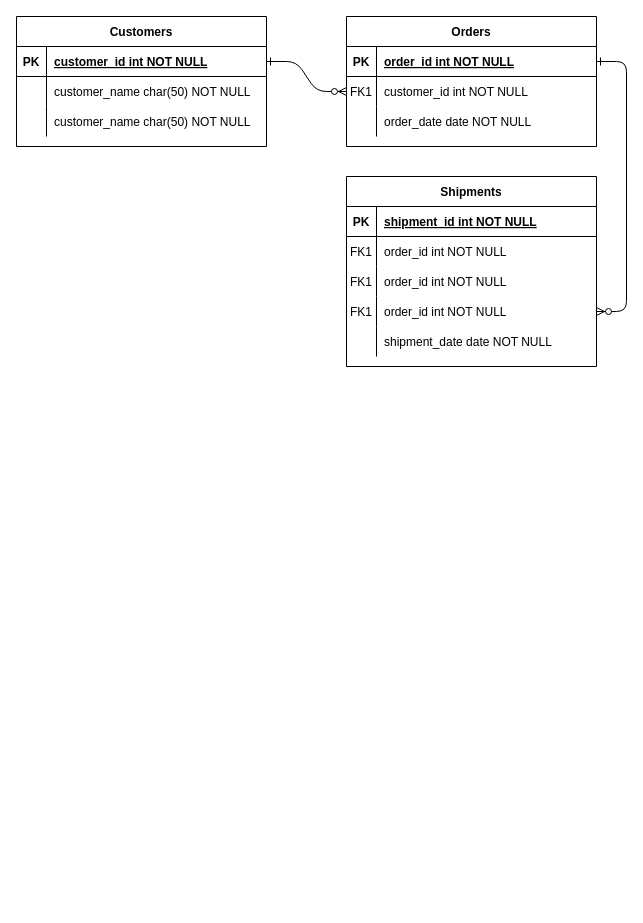
Thivya1498/SCADA-ENERGY-METER-SYSTEM keeps this draw.io diagram as ERD.drawio. Above is the earlier version. Source tidied: cells renumbered, new cells numbered last; positions are measured from the earlier drawing's top-left corner, leaving out a move shared by most shapes. Both pictures are drawn from the tidied source at 100%, with x=0, y=0 at pixel (16, 16).
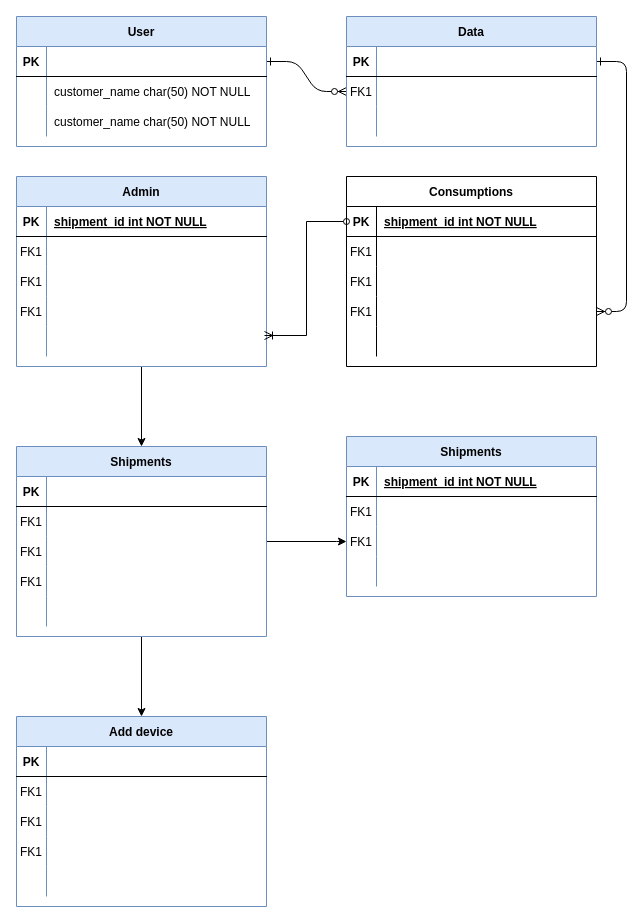
After the change.

The change refers to these unchanged cells:
```xml
<mxCell id="5" style="shape=partialRectangle;fillColor=none;points=[[0,0.5],[1,0.5]];portConstraint=eastwest;top=0;left=0;right=0;bottom=1;" parent="4" vertex="1">
  <mxGeometry y="30" width="250" height="30" as="geometry" />
</mxCell>
<mxCell id="8" style="shape=partialRectangle;fillColor=none;points=[[0,0.5],[1,0.5]];portConstraint=eastwest;top=0;left=0;right=0;bottom=0;" parent="4" vertex="1">
  <mxGeometry y="60" width="250" height="30" as="geometry" />
</mxCell>
<mxCell id="11" style="shape=partialRectangle;fillColor=none;top=0;left=0;right=0;bottom=0;" parent="4" vertex="1">
  <mxGeometry y="90" width="250" height="30" as="geometry" />
</mxCell>
<mxCell id="15" style="shape=partialRectangle;fillColor=none;points=[[0,0.5],[1,0.5]];portConstraint=eastwest;top=0;left=0;right=0;bottom=1;" parent="14" vertex="1">
  <mxGeometry y="30" width="250" height="30" as="geometry" />
</mxCell>
<mxCell id="18" style="shape=partialRectangle;fillColor=none;top=0;left=0;right=0;bottom=0;" parent="14" vertex="1">
  <mxGeometry y="60" width="250" height="30" as="geometry" />
</mxCell>
<mxCell id="21" style="shape=partialRectangle;fillColor=none;top=0;left=0;right=0;bottom=0;" parent="14" vertex="1">
  <mxGeometry y="90" width="250" height="30" as="geometry" />
</mxCell>
<mxCell id="24" style="shape=partialRectangle;fillColor=none;points=[[0,0.5],[1,0.5]];portConstraint=eastwest;top=0;left=0;right=0;bottom=0;" parent="14" vertex="1">
  <mxGeometry y="120" width="250" height="30" as="geometry" />
</mxCell>
<mxCell id="27" style="shape=partialRectangle;fillColor=none;top=0;left=0;right=0;bottom=0;" parent="14" vertex="1">
  <mxGeometry y="150" width="250" height="30" as="geometry" />
</mxCell>
<mxCell id="31" style="shape=partialRectangle;fillColor=none;points=[[0,0.5],[1,0.5]];portConstraint=eastwest;top=0;left=0;right=0;bottom=1;" parent="30" vertex="1">
  <mxGeometry y="30" width="250" height="30" as="geometry" />
</mxCell>
```

What changed in the source:
```diff
@@
-    <mxCell id="4" value="Orders" style="shape=table;startSize=30;childLayout=tableLayout;rowLines=0;fontStyle=1;align=center;" parent="1" vertex="1">
+    <mxCell id="4" value="Data" style="shape=table;startSize=30;childLayout=tableLayout;rowLines=0;fontStyle=1;align=center;fillColor=#dae8fc;strokeColor=#6c8ebf;" parent="1" vertex="1">
       <mxGeometry x="330" width="250" height="130" as="geometry" />
     </mxCell>
@@
-    <mxCell id="7" value="order_id int NOT NULL " style="shape=partialRectangle;overflow=hidden;fillColor=none;top=0;left=0;bottom=0;right=0;align=left;spacingLeft=6;fontStyle=5;" parent="5" vertex="1">
+    <mxCell id="7" style="shape=partialRectangle;overflow=hidden;fillColor=none;top=0;left=0;bottom=0;right=0;align=left;spacingLeft=6;fontStyle=5;" parent="5" vertex="1">
       <mxGeometry x="30" width="220" height="30" as="geometry" />
     </mxCell>
@@
-    <mxCell id="10" value="customer_id int NOT NULL" style="shape=partialRectangle;overflow=hidden;fillColor=none;top=0;left=0;bottom=0;right=0;align=left;spacingLeft=6;" parent="8" vertex="1">
+    <mxCell id="10" style="shape=partialRectangle;overflow=hidden;fillColor=none;top=0;left=0;bottom=0;right=0;align=left;spacingLeft=6;" parent="8" vertex="1">
       <mxGeometry x="30" width="220" height="30" as="geometry" />
     </mxCell>
@@
-    <mxCell id="13" value="order_date date NOT NULL" style="shape=partialRectangle;overflow=hidden;fillColor=none;top=0;left=0;bottom=0;right=0;align=left;spacingLeft=6;" parent="11" vertex="1">
+    <mxCell id="13" style="shape=partialRectangle;overflow=hidden;fillColor=none;top=0;left=0;bottom=0;right=0;align=left;spacingLeft=6;" parent="11" vertex="1">
       <mxGeometry x="30" width="220" height="30" as="geometry" />
     </mxCell>
-    <mxCell id="14" value="Shipments" style="shape=table;startSize=30;childLayout=tableLayout;rowLines=0;fontStyle=1;align=center;" parent="1" vertex="1">
+    <mxCell id="14" value="Consumptions" style="shape=table;startSize=30;childLayout=tableLayout;rowLines=0;fontStyle=1;align=center;fillColor=default;strokeColor=default;gradientColor=none;swimlaneFillColor=none;" parent="1" vertex="1">
       <mxGeometry x="330" y="160" width="250" height="190" as="geometry" />
     </mxCell>
@@
-    <mxCell id="20" value="order_id int NOT NULL" style="shape=partialRectangle;overflow=hidden;fillColor=none;top=0;left=0;bottom=0;right=0;align=left;spacingLeft=6;" parent="18" vertex="1">
+    <mxCell id="20" style="shape=partialRectangle;overflow=hidden;fillColor=none;top=0;left=0;bottom=0;right=0;align=left;spacingLeft=6;" parent="18" vertex="1">
       <mxGeometry x="30" width="220" height="30" as="geometry" />
     </mxCell>
@@
-    <mxCell id="23" value="order_id int NOT NULL" style="shape=partialRectangle;overflow=hidden;fillColor=none;top=0;left=0;bottom=0;right=0;align=left;spacingLeft=6;" parent="21" vertex="1">
+    <mxCell id="23" style="shape=partialRectangle;overflow=hidden;fillColor=none;top=0;left=0;bottom=0;right=0;align=left;spacingLeft=6;" parent="21" vertex="1">
       <mxGeometry x="30" width="220" height="30" as="geometry" />
     </mxCell>
@@
-    <mxCell id="26" value="order_id int NOT NULL" style="shape=partialRectangle;overflow=hidden;fillColor=none;top=0;left=0;bottom=0;right=0;align=left;spacingLeft=6;" parent="24" vertex="1">
+    <mxCell id="26" style="shape=partialRectangle;overflow=hidden;fillColor=none;top=0;left=0;bottom=0;right=0;align=left;spacingLeft=6;" parent="24" vertex="1">
       <mxGeometry x="30" width="220" height="30" as="geometry" />
     </mxCell>
@@
-    <mxCell id="29" value="shipment_date date NOT NULL" style="shape=partialRectangle;overflow=hidden;fillColor=none;top=0;left=0;bottom=0;right=0;align=left;spacingLeft=6;" parent="27" vertex="1">
+    <mxCell id="29" style="shape=partialRectangle;overflow=hidden;fillColor=none;top=0;left=0;bottom=0;right=0;align=left;spacingLeft=6;" parent="27" vertex="1">
       <mxGeometry x="30" width="220" height="30" as="geometry" />
     </mxCell>
-    <mxCell id="30" value="Customers" style="shape=table;startSize=30;childLayout=tableLayout;rowLines=0;fontStyle=1;align=center;" parent="1" vertex="1">
+    <mxCell id="30" value="User" style="shape=table;startSize=30;childLayout=tableLayout;rowLines=0;fontStyle=1;align=center;fillColor=#dae8fc;strokeColor=#6c8ebf;" parent="1" vertex="1">
       <mxGeometry width="250" height="130" as="geometry" />
     </mxCell>
@@
-    <mxCell id="33" value="customer_id int NOT NULL " style="shape=partialRectangle;overflow=hidden;fillColor=none;top=0;left=0;bottom=0;right=0;align=left;spacingLeft=6;fontStyle=5;" parent="31" vertex="1">
+    <mxCell id="33" style="shape=partialRectangle;overflow=hidden;fillColor=none;top=0;left=0;bottom=0;right=0;align=left;spacingLeft=6;fontStyle=5;" parent="31" vertex="1">
       <mxGeometry x="30" width="220" height="30" as="geometry" />
     </mxCell>
@@
+    <mxCell id="40" style="edgeStyle=orthogonalEdgeStyle;rounded=0;jettySize=auto;html=1;" parent="1" edge="1" source="41" target="59">
+      <mxGeometry relative="1" as="geometry" />
+    </mxCell>
+    <mxCell id="41" value="Admin" style="shape=table;startSize=30;childLayout=tableLayout;rowLines=0;fontStyle=1;align=center;fillColor=#dae8fc;strokeColor=#6c8ebf;" parent="1" vertex="1">
+      <mxGeometry y="160" width="250" height="190" as="geometry" />
+    </mxCell>
+    <mxCell id="42" style="shape=partialRectangle;fillColor=none;top=0;left=0;right=0;bottom=1;" parent="41" vertex="1">
+      <mxGeometry y="30" width="250" height="30" as="geometry" />
+    </mxCell>
+    <mxCell id="43" value="PK" style="shape=partialRectangle;overflow=hidden;fillColor=none;top=0;left=0;bottom=0;right=0;fontStyle=1;" parent="42" vertex="1">
+      <mxGeometry width="30" height="30" as="geometry" />
+    </mxCell>
+    <mxCell id="44" value="shipment_id int NOT NULL " style="shape=partialRectangle;overflow=hidden;fillColor=none;top=0;left=0;bottom=0;right=0;align=left;spacingLeft=6;fontStyle=5;" parent="42" vertex="1">
+      <mxGeometry x="30" width="220" height="30" as="geometry" />
+    </mxCell>
+    <mxCell id="45" style="shape=partialRectangle;fillColor=none;top=0;left=0;right=0;bottom=0;" parent="41" vertex="1">
+      <mxGeometry y="60" width="250" height="30" as="geometry" />
+    </mxCell>
+    <mxCell id="46" value="FK1" style="shape=partialRectangle;overflow=hidden;fillColor=none;top=0;left=0;bottom=0;right=0;" parent="45" vertex="1">
+      <mxGeometry width="30" height="30" as="geometry" />
+    </mxCell>
+    <mxCell id="47" style="shape=partialRectangle;overflow=hidden;fillColor=none;top=0;left=0;bottom=0;right=0;align=left;spacingLeft=6;" parent="45" vertex="1">
+      <mxGeometry x="30" width="220" height="30" as="geometry" />
+    </mxCell>
+    <mxCell id="48" style="shape=partialRectangle;fillColor=none;top=0;left=0;right=0;bottom=0;" parent="41" vertex="1">
+      <mxGeometry y="90" width="250" height="30" as="geometry" />
+    </mxCell>
+    <mxCell id="49" value="FK1" style="shape=partialRectangle;overflow=hidden;fillColor=none;top=0;left=0;bottom=0;right=0;" parent="48" vertex="1">
+      <mxGeometry width="30" height="30" as="geometry" />
+    </mxCell>
+    <mxCell id="50" style="shape=partialRectangle;overflow=hidden;fillColor=none;top=0;left=0;bottom=0;right=0;align=left;spacingLeft=6;" parent="48" vertex="1">
+      <mxGeometry x="30" width="220" height="30" as="geometry" />
+    </mxCell>
+    <mxCell id="51" style="shape=partialRectangle;fillColor=none;top=0;left=0;right=0;bottom=0;" parent="41" vertex="1">
+      <mxGeometry y="120" width="250" height="30" as="geometry" />
+    </mxCell>
+    <mxCell id="52" value="FK1" style="shape=partialRectangle;overflow=hidden;fillColor=none;top=0;left=0;bottom=0;right=0;" parent="51" vertex="1">
+      <mxGeometry width="30" height="30" as="geometry" />
+    </mxCell>
+    <mxCell id="53" style="shape=partialRectangle;overflow=hidden;fillColor=none;top=0;left=0;bottom=0;right=0;align=left;spacingLeft=6;" parent="51" vertex="1">
+      <mxGeometry x="30" width="220" height="30" as="geometry" />
+    </mxCell>
+    <mxCell id="54" style="shape=partialRectangle;fillColor=none;points=[[0,0.5],[1,0.5]];portConstraint=eastwest;top=0;left=0;right=0;bottom=0;" parent="41" vertex="1">
+      <mxGeometry y="150" width="250" height="30" as="geometry" />
+    </mxCell>
+    <mxCell id="55" style="shape=partialRectangle;overflow=hidden;fillColor=none;top=0;left=0;bottom=0;right=0;" parent="54" vertex="1">
+      <mxGeometry width="30" height="30" as="geometry" />
+    </mxCell>
+    <mxCell id="56" style="shape=partialRectangle;overflow=hidden;fillColor=none;top=0;left=0;bottom=0;right=0;align=left;spacingLeft=6;" parent="54" vertex="1">
+      <mxGeometry x="30" width="220" height="30" as="geometry" />
+    </mxCell>
+    <mxCell id="57" style="edgeStyle=orthogonalEdgeStyle;rounded=0;jettySize=auto;html=1;" parent="1" edge="1" source="59" target="75">
+      <mxGeometry relative="1" as="geometry">
+        <Array as="points">
+          <mxPoint x="320" y="525" />
+          <mxPoint x="320" y="525" />
+        </Array>
+      </mxGeometry>
+    </mxCell>
+    <mxCell id="58" style="edgeStyle=orthogonalEdgeStyle;rounded=0;jettySize=auto;html=1;" parent="1" edge="1" source="59" target="89">
+      <mxGeometry relative="1" as="geometry" />
+    </mxCell>
+    <mxCell id="59" value="Shipments" style="shape=table;startSize=30;childLayout=tableLayout;rowLines=0;fontStyle=1;align=center;fillColor=#dae8fc;strokeColor=#6c8ebf;" parent="1" vertex="1">
+      <mxGeometry y="430" width="250" height="190" as="geometry" />
+    </mxCell>
+    <mxCell id="60" style="shape=partialRectangle;fillColor=none;top=0;left=0;right=0;bottom=1;" parent="59" vertex="1">
+      <mxGeometry y="30" width="250" height="30" as="geometry" />
+    </mxCell>
+    <mxCell id="61" value="PK" style="shape=partialRectangle;overflow=hidden;fillColor=none;top=0;left=0;bottom=0;right=0;fontStyle=1;" parent="60" vertex="1">
+      <mxGeometry width="30" height="30" as="geometry" />
+    </mxCell>
+    <mxCell id="62" style="shape=partialRectangle;overflow=hidden;fillColor=none;top=0;left=0;bottom=0;right=0;align=left;spacingLeft=6;fontStyle=5;" parent="60" vertex="1">
+      <mxGeometry x="30" width="220" height="30" as="geometry" />
+    </mxCell>
+    <mxCell id="63" style="shape=partialRectangle;fillColor=none;top=0;left=0;right=0;bottom=0;" parent="59" vertex="1">
+      <mxGeometry y="60" width="250" height="30" as="geometry" />
+    </mxCell>
+    <mxCell id="64" value="FK1" style="shape=partialRectangle;overflow=hidden;fillColor=none;top=0;left=0;bottom=0;right=0;" parent="63" vertex="1">
+      <mxGeometry width="30" height="30" as="geometry" />
+    </mxCell>
+    <mxCell id="65" style="shape=partialRectangle;overflow=hidden;fillColor=none;top=0;left=0;bottom=0;right=0;align=left;spacingLeft=6;" parent="63" vertex="1">
+      <mxGeometry x="30" width="220" height="30" as="geometry" />
+    </mxCell>
+    <mxCell id="66" style="shape=partialRectangle;fillColor=none;top=0;left=0;right=0;bottom=0;" parent="59" vertex="1">
+      <mxGeometry y="90" width="250" height="30" as="geometry" />
+    </mxCell>
+    <mxCell id="67" value="FK1" style="shape=partialRectangle;overflow=hidden;fillColor=none;top=0;left=0;bottom=0;right=0;" parent="66" vertex="1">
+      <mxGeometry width="30" height="30" as="geometry" />
+    </mxCell>
+    <mxCell id="68" style="shape=partialRectangle;overflow=hidden;fillColor=none;top=0;left=0;bottom=0;right=0;align=left;spacingLeft=6;" parent="66" vertex="1">
+      <mxGeometry x="30" width="220" height="30" as="geometry" />
+    </mxCell>
+    <mxCell id="69" style="shape=partialRectangle;fillColor=none;top=0;left=0;right=0;bottom=0;" parent="59" vertex="1">
+      <mxGeometry y="120" width="250" height="30" as="geometry" />
+    </mxCell>
+    <mxCell id="70" value="FK1" style="shape=partialRectangle;overflow=hidden;fillColor=none;top=0;left=0;bottom=0;right=0;" parent="69" vertex="1">
+      <mxGeometry width="30" height="30" as="geometry" />
+    </mxCell>
+    <mxCell id="71" style="shape=partialRectangle;overflow=hidden;fillColor=none;top=0;left=0;bottom=0;right=0;align=left;spacingLeft=6;" parent="69" vertex="1">
+      <mxGeometry x="30" width="220" height="30" as="geometry" />
+    </mxCell>
+    <mxCell id="72" style="shape=partialRectangle;fillColor=none;top=0;left=0;right=0;bottom=0;" parent="59" vertex="1">
+      <mxGeometry y="150" width="250" height="30" as="geometry" />
+    </mxCell>
+    <mxCell id="73" style="shape=partialRectangle;overflow=hidden;fillColor=none;top=0;left=0;bottom=0;right=0;" parent="72" vertex="1">
+      <mxGeometry width="30" height="30" as="geometry" />
+    </mxCell>
+    <mxCell id="74" style="shape=partialRectangle;overflow=hidden;fillColor=none;top=0;left=0;bottom=0;right=0;align=left;spacingLeft=6;" parent="72" vertex="1">
+      <mxGeometry x="30" width="220" height="30" as="geometry" />
+    </mxCell>
+    <mxCell id="75" value="Shipments" style="shape=table;startSize=30;childLayout=tableLayout;rowLines=0;fontStyle=1;align=center;fillColor=#dae8fc;strokeColor=#6c8ebf;" parent="1" vertex="1">
+      <mxGeometry x="330" y="420" width="250" height="160" as="geometry" />
+    </mxCell>
+    <mxCell id="76" style="shape=partialRectangle;fillColor=none;top=0;left=0;right=0;bottom=1;" parent="75" vertex="1">
+      <mxGeometry y="30" width="250" height="30" as="geometry" />
+    </mxCell>
+    <mxCell id="77" value="PK" style="shape=partialRectangle;overflow=hidden;fillColor=none;top=0;left=0;bottom=0;right=0;fontStyle=1;" parent="76" vertex="1">
+      <mxGeometry width="30" height="30" as="geometry" />
+    </mxCell>
+    <mxCell id="78" value="shipment_id int NOT NULL " style="shape=partialRectangle;overflow=hidden;fillColor=none;top=0;left=0;bottom=0;right=0;align=left;spacingLeft=6;fontStyle=5;" parent="76" vertex="1">
+      <mxGeometry x="30" width="220" height="30" as="geometry" />
+    </mxCell>
+    <mxCell id="79" style="shape=partialRectangle;fillColor=none;top=0;left=0;right=0;bottom=0;" parent="75" vertex="1">
+      <mxGeometry y="60" width="250" height="30" as="geometry" />
+    </mxCell>
+    <mxCell id="80" value="FK1" style="shape=partialRectangle;overflow=hidden;fillColor=none;top=0;left=0;bottom=0;right=0;" parent="79" vertex="1">
+      <mxGeometry width="30" height="30" as="geometry" />
+    </mxCell>
+    <mxCell id="81" style="shape=partialRectangle;overflow=hidden;fillColor=none;top=0;left=0;bottom=0;right=0;align=left;spacingLeft=6;" parent="79" vertex="1">
+      <mxGeometry x="30" width="220" height="30" as="geometry" />
+    </mxCell>
+    <mxCell id="82" style="shape=partialRectangle;fillColor=none;top=0;left=0;right=0;bottom=0;" parent="75" vertex="1">
+      <mxGeometry y="90" width="250" height="30" as="geometry" />
+    </mxCell>
+    <mxCell id="83" value="FK1" style="shape=partialRectangle;overflow=hidden;fillColor=none;top=0;left=0;bottom=0;right=0;" parent="82" vertex="1">
+      <mxGeometry width="30" height="30" as="geometry" />
+    </mxCell>
+    <mxCell id="84" style="shape=partialRectangle;overflow=hidden;fillColor=none;top=0;left=0;bottom=0;right=0;align=left;spacingLeft=6;" parent="82" vertex="1">
+      <mxGeometry x="30" width="220" height="30" as="geometry" />
+    </mxCell>
+    <mxCell id="85" style="shape=partialRectangle;fillColor=none;top=0;left=0;right=0;bottom=0;" parent="75" vertex="1">
+      <mxGeometry y="120" width="250" height="30" as="geometry" />
+    </mxCell>
+    <mxCell id="86" style="shape=partialRectangle;overflow=hidden;fillColor=none;top=0;left=0;bottom=0;right=0;" parent="85" vertex="1">
+      <mxGeometry width="30" height="30" as="geometry" />
+    </mxCell>
+    <mxCell id="87" style="shape=partialRectangle;overflow=hidden;fillColor=none;top=0;left=0;bottom=0;right=0;align=left;spacingLeft=6;" parent="85" vertex="1">
+      <mxGeometry x="30" width="220" height="30" as="geometry" />
+    </mxCell>
+    <mxCell id="88" style="edgeStyle=orthogonalEdgeStyle;rounded=0;jettySize=auto;html=1;exitX=0;exitY=0.5;exitDx=0;exitDy=0;entryX=0.992;entryY=0.3;entryDx=0;entryDy=0;entryPerimeter=0;startArrow=oval;startFill=0;endArrow=ERoneToMany;endFill=0;" parent="1" edge="1" source="15" target="54">
+      <mxGeometry relative="1" as="geometry" />
+    </mxCell>
+    <mxCell id="89" value="Add device" style="shape=table;startSize=30;childLayout=tableLayout;rowLines=0;fontStyle=1;align=center;fillColor=#dae8fc;strokeColor=#6c8ebf;" parent="1" vertex="1">
+      <mxGeometry y="700" width="250" height="190" as="geometry" />
+    </mxCell>
+    <mxCell id="90" style="shape=partialRectangle;fillColor=none;top=0;left=0;right=0;bottom=1;" parent="89" vertex="1">
+      <mxGeometry y="30" width="250" height="30" as="geometry" />
+    </mxCell>
+    <mxCell id="91" value="PK" style="shape=partialRectangle;overflow=hidden;fillColor=none;top=0;left=0;bottom=0;right=0;fontStyle=1;" parent="90" vertex="1">
+      <mxGeometry width="30" height="30" as="geometry" />
+    </mxCell>
+    <mxCell id="92" style="shape=partialRectangle;overflow=hidden;fillColor=none;top=0;left=0;bottom=0;right=0;align=left;spacingLeft=6;fontStyle=5;" parent="90" vertex="1">
+      <mxGeometry x="30" width="220" height="30" as="geometry" />
+    </mxCell>
+    <mxCell id="93" style="shape=partialRectangle;fillColor=none;top=0;left=0;right=0;bottom=0;" parent="89" vertex="1">
+      <mxGeometry y="60" width="250" height="30" as="geometry" />
+    </mxCell>
+    <mxCell id="94" value="FK1" style="shape=partialRectangle;overflow=hidden;fillColor=none;top=0;left=0;bottom=0;right=0;" parent="93" vertex="1">
+      <mxGeometry width="30" height="30" as="geometry" />
+    </mxCell>
+    <mxCell id="95" style="shape=partialRectangle;overflow=hidden;fillColor=none;top=0;left=0;bottom=0;right=0;align=left;spacingLeft=6;" parent="93" vertex="1">
+      <mxGeometry x="30" width="220" height="30" as="geometry" />
+    </mxCell>
+    <mxCell id="96" style="shape=partialRectangle;fillColor=none;top=0;left=0;right=0;bottom=0;" parent="89" vertex="1">
+      <mxGeometry y="90" width="250" height="30" as="geometry" />
+    </mxCell>
+    <mxCell id="97" value="FK1" style="shape=partialRectangle;overflow=hidden;fillColor=none;top=0;left=0;bottom=0;right=0;" parent="96" vertex="1">
+      <mxGeometry width="30" height="30" as="geometry" />
+    </mxCell>
+    <mxCell id="98" style="shape=partialRectangle;overflow=hidden;fillColor=none;top=0;left=0;bottom=0;right=0;align=left;spacingLeft=6;" parent="96" vertex="1">
+      <mxGeometry x="30" width="220" height="30" as="geometry" />
+    </mxCell>
+    <mxCell id="99" style="shape=partialRectangle;fillColor=none;top=0;left=0;right=0;bottom=0;" parent="89" vertex="1">
+      <mxGeometry y="120" width="250" height="30" as="geometry" />
+    </mxCell>
+    <mxCell id="100" value="FK1" style="shape=partialRectangle;overflow=hidden;fillColor=none;top=0;left=0;bottom=0;right=0;" parent="99" vertex="1">
+      <mxGeometry width="30" height="30" as="geometry" />
+    </mxCell>
+    <mxCell id="101" style="shape=partialRectangle;overflow=hidden;fillColor=none;top=0;left=0;bottom=0;right=0;align=left;spacingLeft=6;" parent="99" vertex="1">
+      <mxGeometry x="30" width="220" height="30" as="geometry" />
+    </mxCell>
+    <mxCell id="102" style="shape=partialRectangle;fillColor=none;top=0;left=0;right=0;bottom=0;" parent="89" vertex="1">
+      <mxGeometry y="150" width="250" height="30" as="geometry" />
+    </mxCell>
+    <mxCell id="103" style="shape=partialRectangle;overflow=hidden;fillColor=none;top=0;left=0;bottom=0;right=0;" parent="102" vertex="1">
+      <mxGeometry width="30" height="30" as="geometry" />
+    </mxCell>
+    <mxCell id="104" style="shape=partialRectangle;overflow=hidden;fillColor=none;top=0;left=0;bottom=0;right=0;align=left;spacingLeft=6;" parent="102" vertex="1">
+      <mxGeometry x="30" width="220" height="30" as="geometry" />
+    </mxCell>
```
